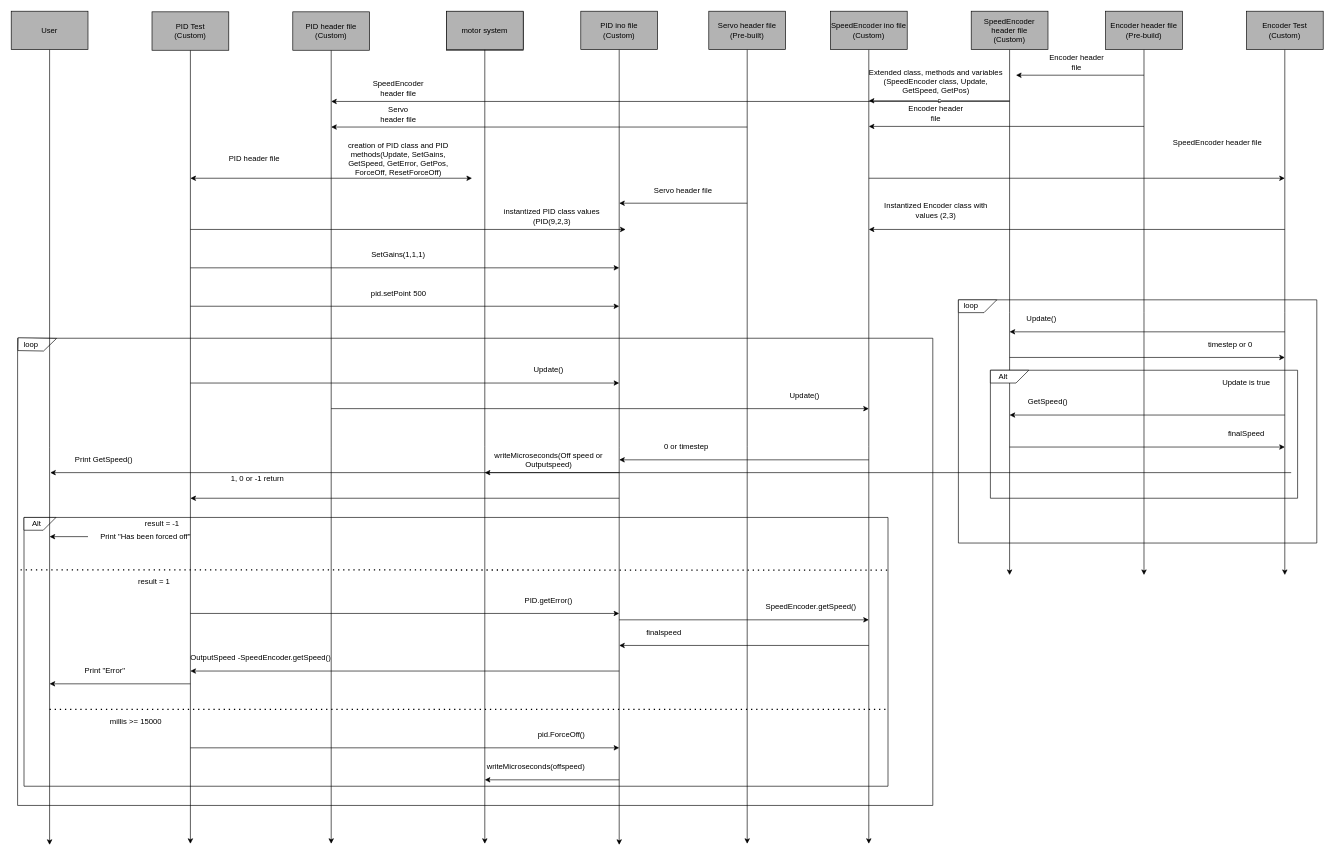
Above: Diagrams/SpeedEncoder.drawio in Daniel-Git-Hub/ENGG3000_T6 (draw.io), before the change. Source tidied: cells renumbered, new cells numbered last; positions are measured from the earlier drawing's top-left corner, leaving out a move shared by most shapes. Both pictures are drawn from the tidied source at 64%, with x=0, y=0 at pixel (11, 11).
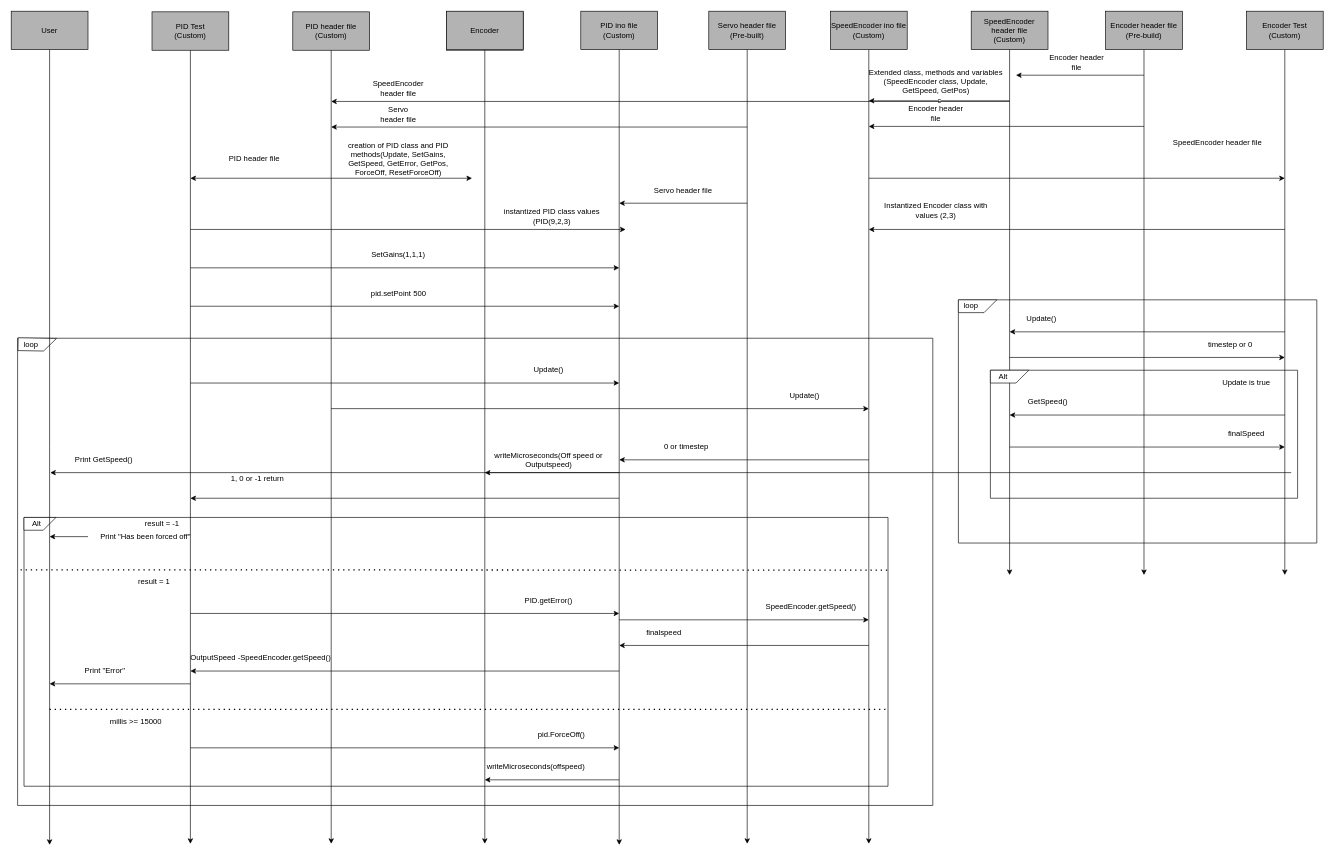
The same diagram, later.

Commit message:
Name change from motor system to encoder

Diff of the diagram source:
```diff
@@
-    <mxCell id="69" value="motor system" style="rounded=0;whiteSpace=wrap;html=1;fillColor=#B3B3B3;" parent="1" vertex="1">
+    <mxCell id="69" value="Encoder" style="rounded=0;whiteSpace=wrap;html=1;fillColor=#B3B3B3;" parent="1" vertex="1">
       <mxGeometry x="680" width="120" height="60" as="geometry" />
     </mxCell>
```
